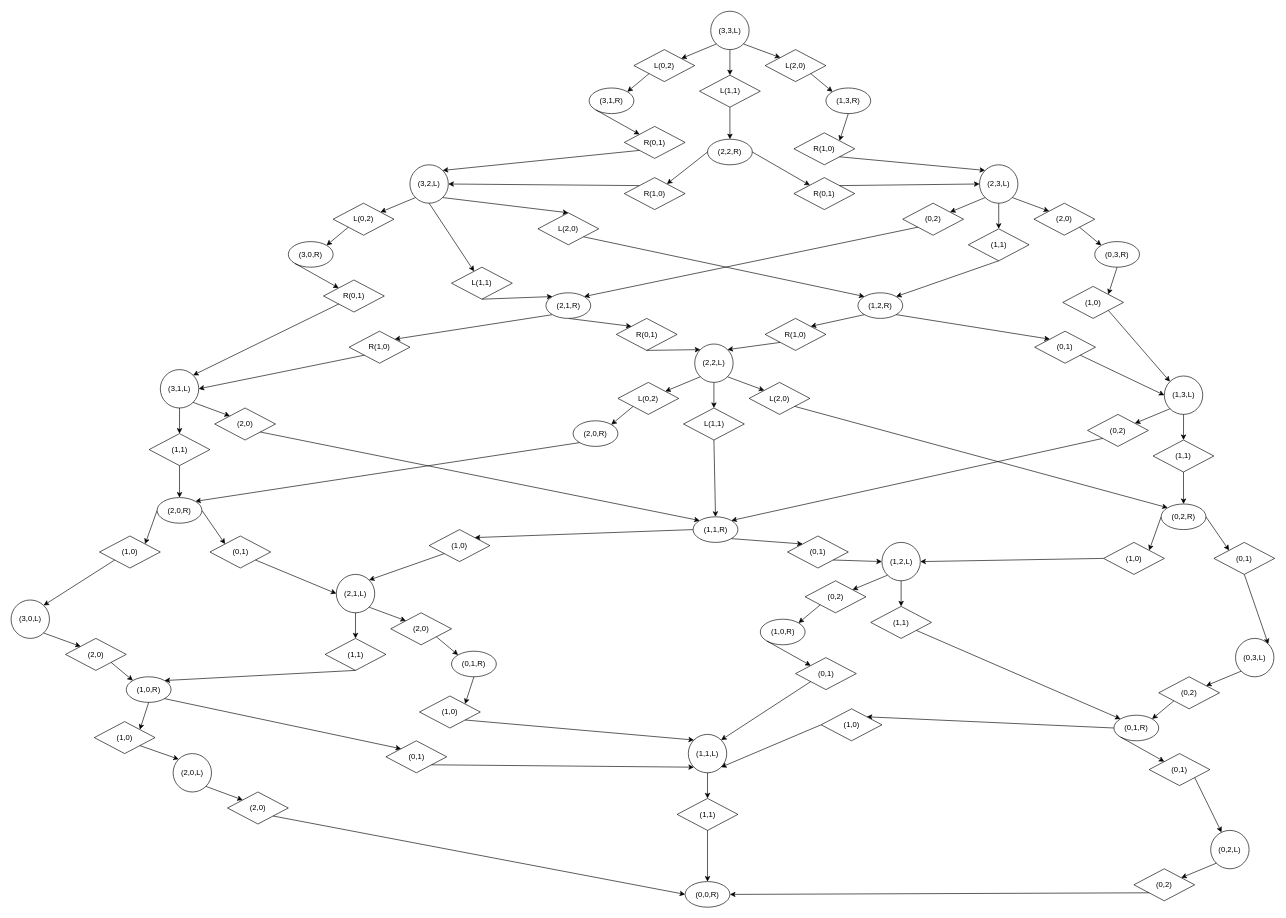
The draw.io diagram Assignment 1.drawio in Vhuynh25/C-Homework, before the edit. Source tidied: cells renumbered, new cells numbered last; positions are measured from the earlier drawing's top-left corner, leaving out a move shared by most shapes. Both pictures are drawn from the tidied source at 64%, with x=0, y=0 at pixel (11, 11).
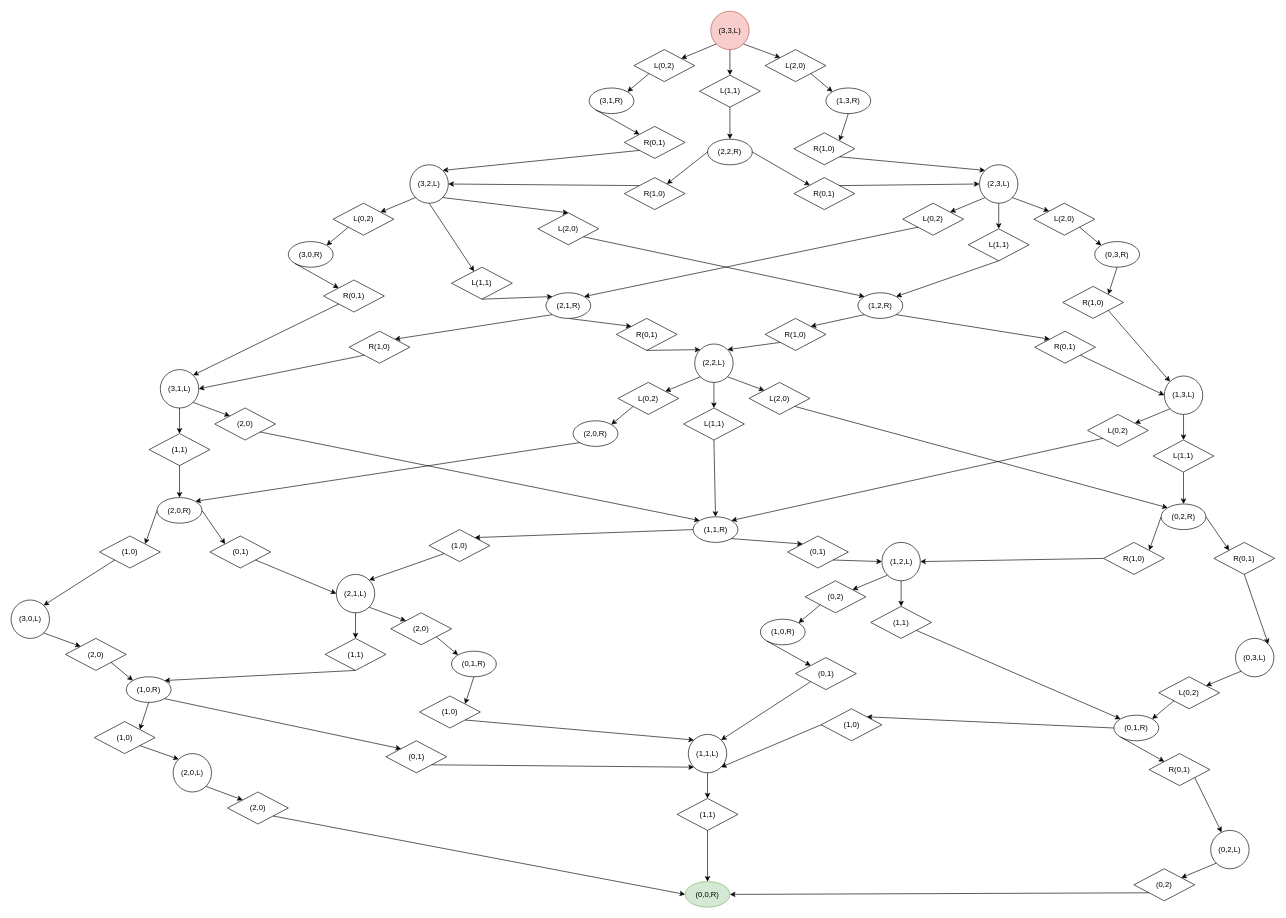
The same page after the edit.

What changed in the source:
```diff
@@
-    <mxCell id="2" value="(3,3,L)" style="ellipse;whiteSpace=wrap;html=1;" parent="1" vertex="1">
+    <mxCell id="2" value="(3,3,L)" style="ellipse;whiteSpace=wrap;html=1;fillColor=#f8cecc;strokeColor=#b85450;" parent="1" vertex="1">
       <mxGeometry x="1093" width="60" height="60" as="geometry" />
     </mxCell>
@@
-    <mxCell id="44" value="(1,1)" style="rhombus;whiteSpace=wrap;html=1;" parent="1" vertex="1">
+    <mxCell id="44" value="L(1,1)" style="rhombus;whiteSpace=wrap;html=1;" parent="1" vertex="1">
       <mxGeometry x="1495.5" y="340" width="95" height="50" as="geometry" />
     </mxCell>
-    <mxCell id="45" value="(0,2)" style="rhombus;whiteSpace=wrap;html=1;" parent="1" vertex="1">
+    <mxCell id="45" value="L(0,2)" style="rhombus;whiteSpace=wrap;html=1;" parent="1" vertex="1">
       <mxGeometry x="1393" y="300" width="95" height="50" as="geometry" />
     </mxCell>
-    <mxCell id="46" value="(2,0)" style="rhombus;whiteSpace=wrap;html=1;" parent="1" vertex="1">
+    <mxCell id="46" value="L(2,0)" style="rhombus;whiteSpace=wrap;html=1;" parent="1" vertex="1">
       <mxGeometry x="1598" y="300" width="95" height="50" as="geometry" />
     </mxCell>
@@
-    <mxCell id="53" value="(1,0)" style="rhombus;whiteSpace=wrap;html=1;" parent="1" vertex="1">
+    <mxCell id="53" value="R(1,0)" style="rhombus;whiteSpace=wrap;html=1;" parent="1" vertex="1">
       <mxGeometry x="1643" y="430" width="95" height="50" as="geometry" />
     </mxCell>
@@
-    <mxCell id="63" value="(0,1)" style="rhombus;whiteSpace=wrap;html=1;" parent="1" vertex="1">
+    <mxCell id="63" value="R(0,1)" style="rhombus;whiteSpace=wrap;html=1;" parent="1" vertex="1">
       <mxGeometry x="1599.2" y="500" width="95" height="50" as="geometry" />
     </mxCell>
@@
-    <mxCell id="120" value="(0,0,R)" style="ellipse;whiteSpace=wrap;html=1;" parent="1" vertex="1">
+    <mxCell id="120" value="(0,0,R)" style="ellipse;whiteSpace=wrap;html=1;fillColor=#d5e8d4;strokeColor=#82b366;" parent="1" vertex="1">
       <mxGeometry x="1053" y="1360" width="70" height="40" as="geometry" />
     </mxCell>
@@
-    <mxCell id="125" value="(1,1)" style="rhombus;whiteSpace=wrap;html=1;" parent="1" vertex="1">
+    <mxCell id="125" value="L(1,1)" style="rhombus;whiteSpace=wrap;html=1;" parent="1" vertex="1">
       <mxGeometry x="1784.2" y="670" width="95" height="50" as="geometry" />
     </mxCell>
-    <mxCell id="126" value="(0,2)" style="rhombus;whiteSpace=wrap;html=1;" parent="1" vertex="1">
+    <mxCell id="126" value="L(0,2)" style="rhombus;whiteSpace=wrap;html=1;" parent="1" vertex="1">
       <mxGeometry x="1681.8" y="630" width="95" height="50" as="geometry" />
     </mxCell>
@@
-    <mxCell id="134" value="(0,1)" style="rhombus;whiteSpace=wrap;html=1;" parent="1" vertex="1">
+    <mxCell id="134" value="R(0,1)" style="rhombus;whiteSpace=wrap;html=1;" parent="1" vertex="1">
       <mxGeometry x="1879.2" y="830" width="95" height="50" as="geometry" />
     </mxCell>
-    <mxCell id="135" value="(1,0)" style="rhombus;whiteSpace=wrap;html=1;" parent="1" vertex="1">
+    <mxCell id="135" value="R(1,0)" style="rhombus;whiteSpace=wrap;html=1;" parent="1" vertex="1">
       <mxGeometry x="1706.8" y="830" width="95" height="50" as="geometry" />
     </mxCell>
@@
-    <mxCell id="140" value="(0,2)" style="rhombus;whiteSpace=wrap;html=1;" parent="1" vertex="1">
+    <mxCell id="140" value="L(0,2)" style="rhombus;whiteSpace=wrap;html=1;" parent="1" vertex="1">
       <mxGeometry x="1793" y="1040" width="95" height="50" as="geometry" />
     </mxCell>
@@
-    <mxCell id="143" value="(0,1)" style="rhombus;whiteSpace=wrap;html=1;" parent="1" vertex="1">
+    <mxCell id="143" value="R(0,1)" style="rhombus;whiteSpace=wrap;html=1;" parent="1" vertex="1">
       <mxGeometry x="1778" y="1160" width="95" height="50" as="geometry" />
     </mxCell>
```
